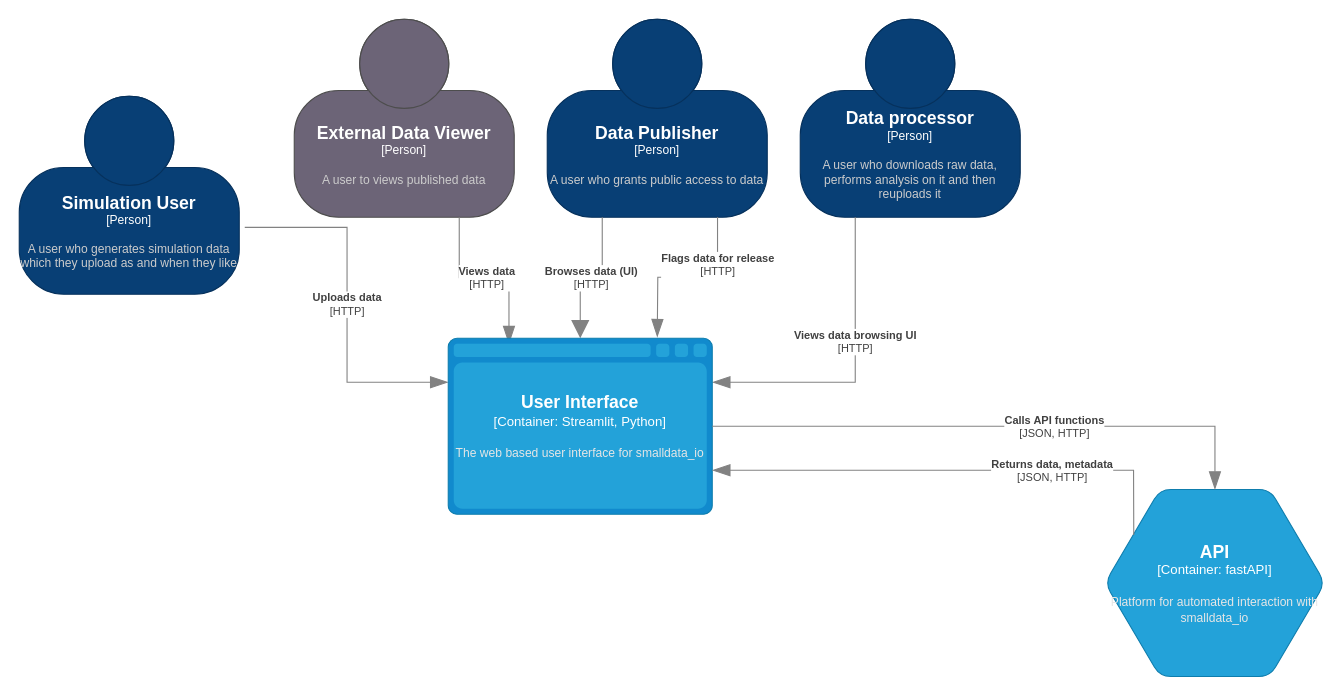
OliverWoolland/Diagrams keeps this draw.io diagram as page "Component (UI)" (3 of 5) of Smalldata_io.drawio. Above is the earlier version. Source tidied: cells renumbered, new cells numbered last; positions are measured from the earlier drawing's top-left corner, leaving out a move shared by most shapes. Both pictures are drawn from the tidied source at 110%, with x=0, y=0 at pixel (19, 19).
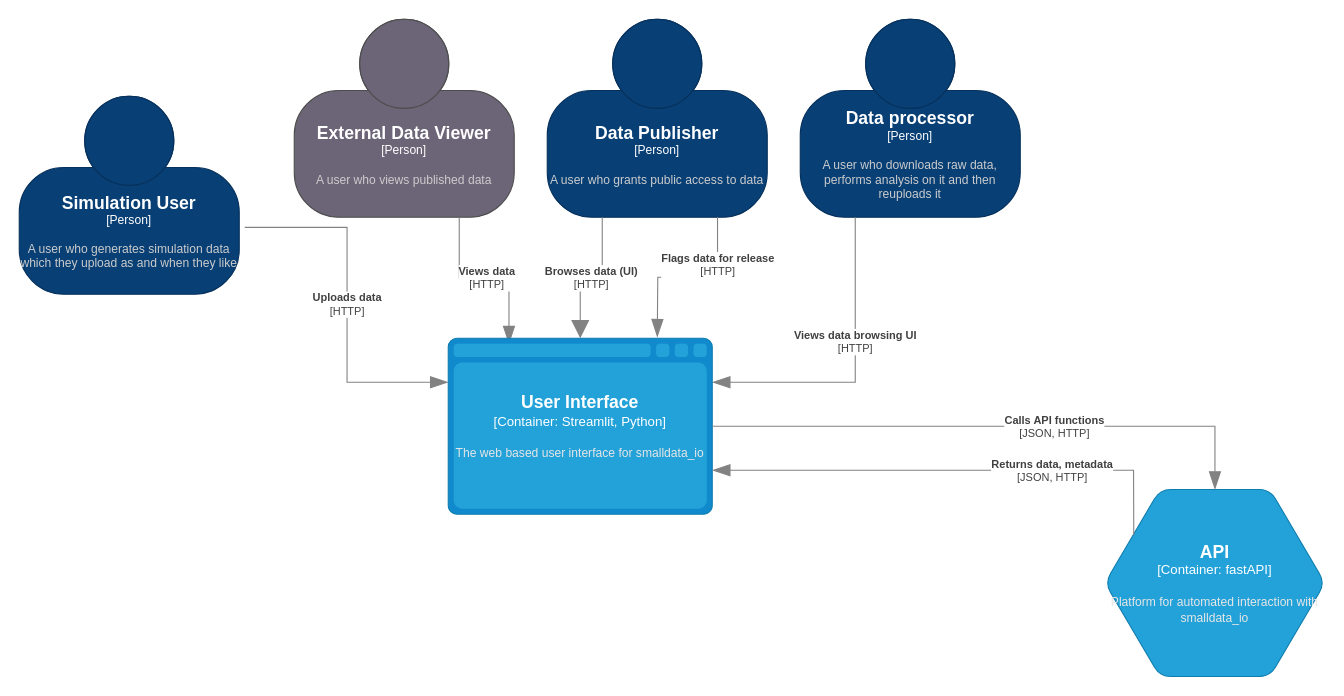
The same page after the edit.

The edit, as a diff of the source:
```diff
@@
-    <object id="5" label="&lt;font style=&quot;font-size: 16px&quot;&gt;&lt;b&gt;%c4Name%&lt;/b&gt;&lt;/font&gt;&lt;div&gt;[%c4Type%]&lt;/div&gt;&lt;br&gt;&lt;div&gt;&lt;font style=&quot;font-size: 11px&quot;&gt;&lt;font color=&quot;#cccccc&quot;&gt;%c4Description%&lt;/font&gt;&lt;/div&gt;" c4Description="A user to views published data" c4Name="External Data Viewer" c4Type="Person" placeholders="1">
+    <object id="5" label="&lt;font style=&quot;font-size: 16px&quot;&gt;&lt;b&gt;%c4Name%&lt;/b&gt;&lt;/font&gt;&lt;div&gt;[%c4Type%]&lt;/div&gt;&lt;br&gt;&lt;div&gt;&lt;font style=&quot;font-size: 11px&quot;&gt;&lt;font color=&quot;#cccccc&quot;&gt;%c4Description%&lt;/font&gt;&lt;/div&gt;" c4Description="A user who views published data" c4Name="External Data Viewer" c4Type="Person" placeholders="1">
       <mxCell style="html=1;fontSize=11;dashed=0;whiteSpace=wrap;fillColor=#6C6477;strokeColor=#4D4D4D;fontColor=#ffffff;shape=mxgraph.c4.person2;align=center;points=[[0.5,0,0],[1,0.5,0],[1,0.75,0],[0.75,1,0],[0.5,1,0],[0.25,1,0],[0,0.75,0],[0,0.5,0]];" parent="1" vertex="1">
         <mxGeometry x="250" width="200" height="180" as="geometry" />
       </mxCell>
     </object>
```
